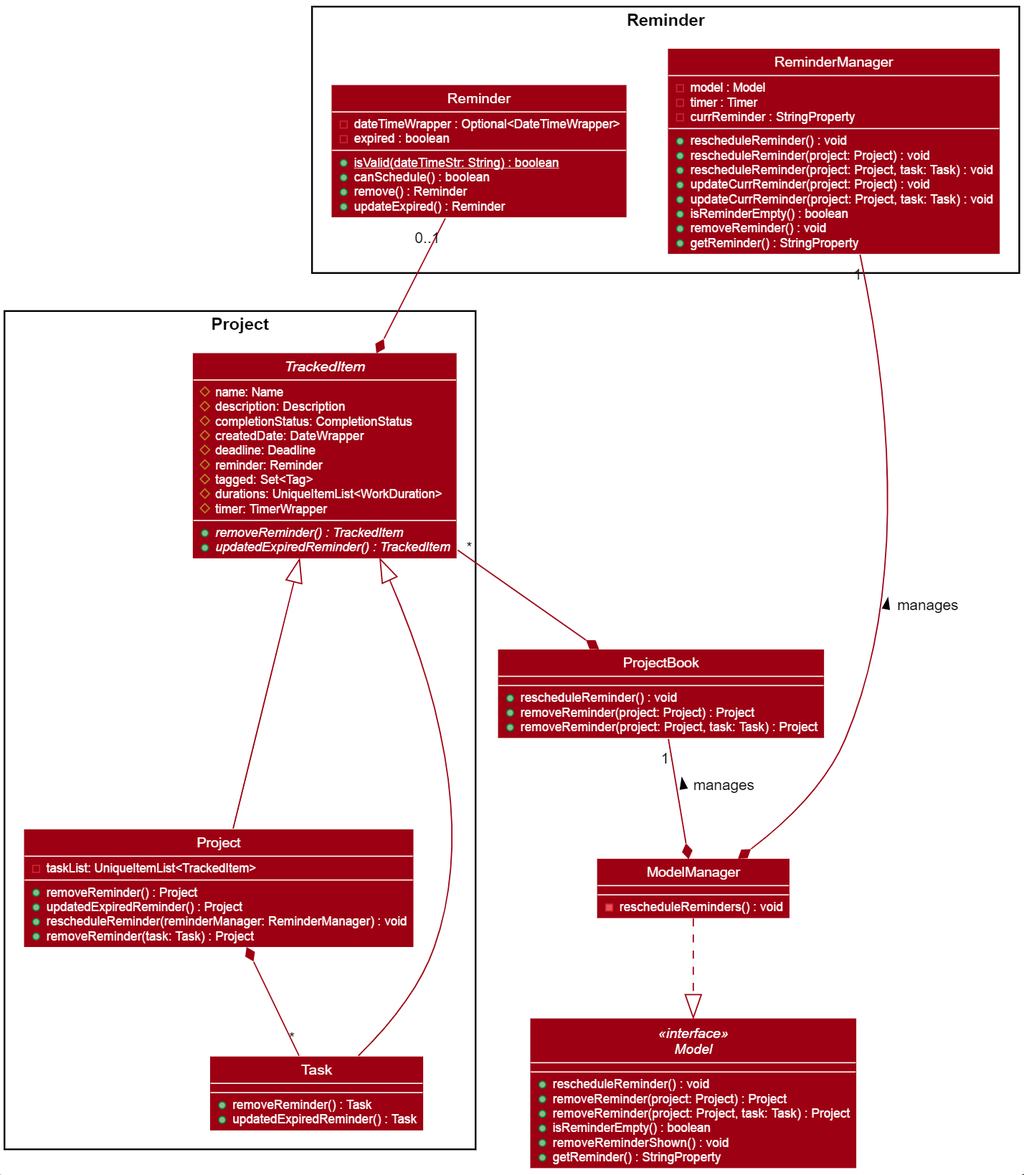
Above: docs/images/ReminderClassDiagram.png in pr4aveen/tp (PlantUML), before the change. Its source is kept beside it as docs/diagrams/ReminderClassDiagram.puml.
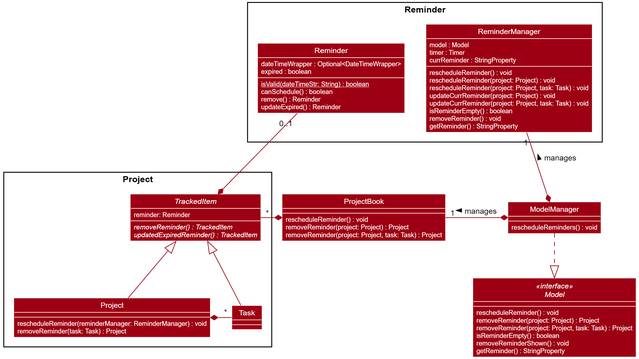
After the commit.

Change to the diagram source:
```diff
@@ -6,83 +6,69 @@
 
 package Project {
     abstract class TrackedItem {
-        # {field} name: Name
-        # {field} description: Description
-        # {field} completionStatus: CompletionStatus
-        # {field} createdDate: DateWrapper
-        # {field} deadline: Deadline
-        # {field} reminder: Reminder
-        # {field} tagged: Set<Tag>
-        # {field} durations: UniqueItemList<WorkDuration>
-        # {field} timer: TimerWrapper
-        + {abstract} {method} removeReminder() : TrackedItem
-        + {abstract} {method} updatedExpiredReminder() : TrackedItem
+        {field} reminder: Reminder
+        {abstract} {method} removeReminder() : TrackedItem
+        {abstract} {method} updatedExpiredReminder() : TrackedItem
     }
     class Project {
-        - {field} taskList: UniqueItemList<TrackedItem>
-        + {method} removeReminder() : Project
-        + {method} updatedExpiredReminder() : Project
-        + {method} rescheduleReminder(reminderManager: ReminderManager) : void
-        + {method} removeReminder(task: Task) : Project
+        {method} rescheduleReminder(reminderManager: ReminderManager) : void
+        {method} removeReminder(task: Task) : Project
     }
-    class Task {
-        + {method} removeReminder() : Task
-        + {method} updatedExpiredReminder() : Task
-    }
+    class Task {}
 }
 
 package Reminder {
     class Reminder {
-        - {field} dateTimeWrapper : Optional<DateTimeWrapper>
-        - {field} expired : boolean
-        + {static} {method} isValid(dateTimeStr: String) : boolean
-        + {method} canSchedule() : boolean
-        + {method} remove() : Reminder
-        + {method} updateExpired() : Reminder
+        {field} dateTimeWrapper : Optional<DateTimeWrapper>
+        {field} expired : boolean
+        {static} {method} isValid(dateTimeStr: String) : boolean
+        {method} canSchedule() : boolean
+        {method} remove() : Reminder
+        {method} updateExpired() : Reminder
     }
     class ReminderManager {
-        - {field} model : Model
-        - {field} timer : Timer
-        - {field} currReminder : StringProperty
-        + {method} rescheduleReminder() : void
-        + {method} rescheduleReminder(project: Project) : void
-        + {method} rescheduleReminder(project: Project, task: Task) : void
-        + {method} updateCurrReminder(project: Project) : void
-        + {method} updateCurrReminder(project: Project, task: Task) : void
-        + {method} isReminderEmpty() : boolean
-        + {method} removeReminder() : void
-        + {method} getReminder() : StringProperty
+        {field} model : Model
+        {field} timer : Timer
+        {field} currReminder : StringProperty
+        {method} rescheduleReminder() : void
+        {method} rescheduleReminder(project: Project) : void
+        {method} rescheduleReminder(project: Project, task: Task) : void
+        {method} updateCurrReminder(project: Project) : void
+        {method} updateCurrReminder(project: Project, task: Task) : void
+        {method} isReminderEmpty() : boolean
+        {method} removeReminder() : void
+        {method} getReminder() : StringProperty
     }
 }
 
 class ProjectBook {
-    + {method} rescheduleReminder() : void
-    + {method} removeReminder(project: Project) : Project
-    + {method} removeReminder(project: Project, task: Task) : Project
+    {method} rescheduleReminder() : void
+    {method} removeReminder(project: Project) : Project
+    {method} removeReminder(project: Project, task: Task) : Project
 }
 
 interface Model <<interface>> {
-    + {method} rescheduleReminder() : void
-    + {method} removeReminder(project: Project) : Project
-    + {method} removeReminder(project: Project, task: Task) : Project
-    + {method} isReminderEmpty() : boolean
-    + {method} removeReminderShown() : void
-    + {method} getReminder() : StringProperty
+    {method} rescheduleReminder() : void
+    {method} removeReminder(project: Project) : Project
+    {method} removeReminder(project: Project, task: Task) : Project
+    {method} isReminderEmpty() : boolean
+    {method} removeReminderShown() : void
+    {method} getReminder() : StringProperty
 }
 
 class ModelManager {
-    - {method} rescheduleReminders() : void
+    {method} rescheduleReminders() : void
 }
 
-TrackedItem <|--- Project
-TrackedItem <|--- Task
-Project *-- "*" Task
+TrackedItem <|--Project
+TrackedItem <|--Task
+Project *-"*" Task
 
 ModelManager ..|> Model
-ProjectBook "1" --* ModelManager : < manages
+ProjectBook "1" -left-* ModelManager : < manages
 ReminderManager "1" --* ModelManager : < manages
 
-TrackedItem "*" --* ProjectBook
+TrackedItem "*" -right-* ProjectBook
 Reminder "0..1" --* TrackedItem
 
 @enduml
```
